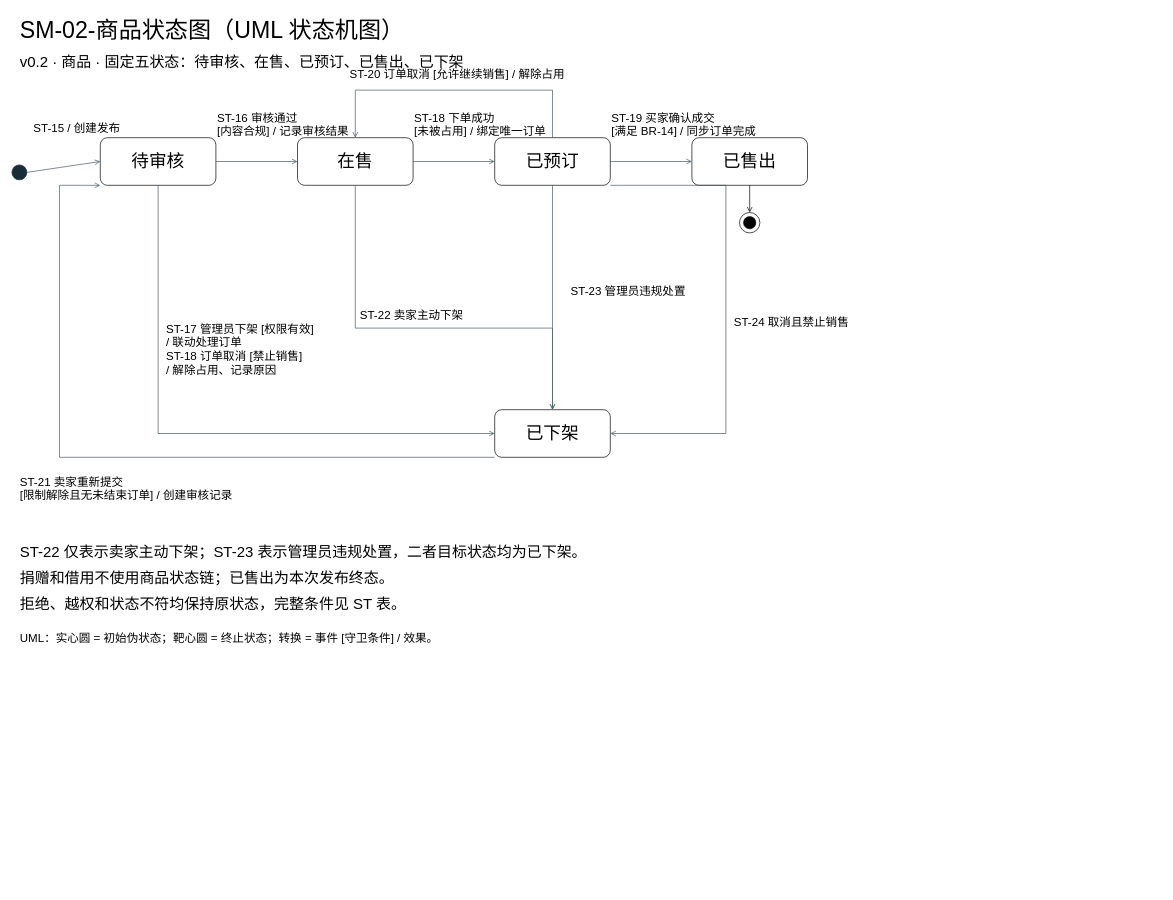
This is 规则与状态/SM-02-商品状态图.drawio from Elusive-phantasm/Software-Engineering, a draw.io file, before an edit. Source tidied: cells renumbered, new cells numbered last; positions are measured from the earlier drawing's top-left corner, leaving out a move shared by most shapes. Both pictures are drawn from the tidied source at 68%, with x=0, y=0 at pixel (12, 12).
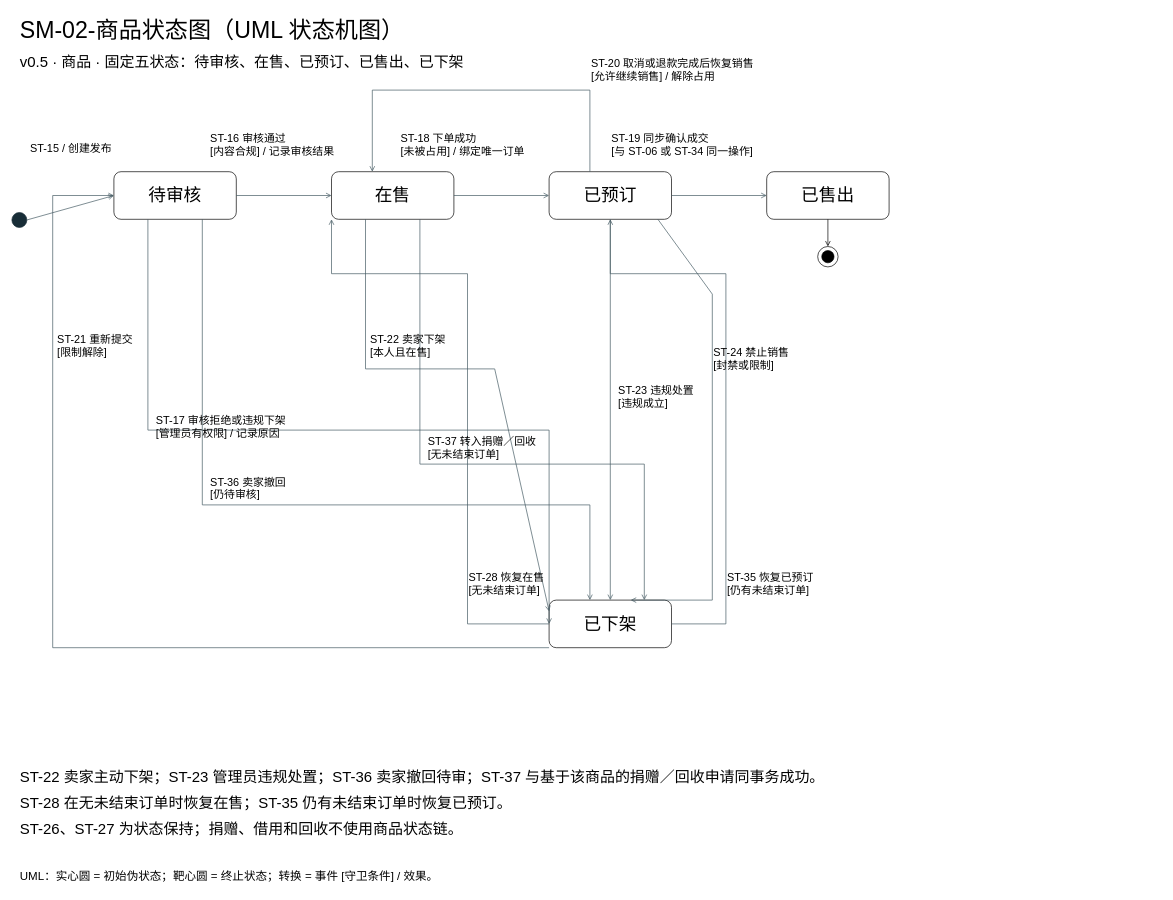
The same page after the edit.

The edit, as a diff of the source:
```diff
@@
     <mxCell id="2" value="SM-02-商品状态图（UML 状态机图）" style="text;html=0;align=left;verticalAlign=top;whiteSpace=wrap;fontSize=34;fontFamily=Microsoft YaHei;" parent="1" vertex="1">
-      <mxGeometry x="10" width="1450" height="50" as="geometry" />
+      <mxGeometry x="10" width="1680" height="50" as="geometry" />
     </mxCell>
-    <mxCell id="3" value="v0.2 · 商品 · 固定五状态：待审核、在售、已预订、已售出、已下架" style="text;html=0;align=left;verticalAlign=top;whiteSpace=wrap;fontSize=22;fontFamily=Microsoft YaHei;" parent="1" vertex="1">
-      <mxGeometry x="10" y="55" width="1450" height="45" as="geometry" />
+    <mxCell id="3" value="v0.5 · 商品 · 固定五状态：待审核、在售、已预订、已售出、已下架" style="text;html=0;align=left;verticalAlign=top;whiteSpace=wrap;fontSize=22;fontFamily=Microsoft YaHei;" parent="1" vertex="1">
+      <mxGeometry x="10" y="55" width="1680" height="45" as="geometry" />
     </mxCell>
     <mxCell id="4" style="ellipse;fillColor=#182d37;strokeColor=#182d37;" parent="1" vertex="1">
-      <mxGeometry y="225" width="22" height="22" as="geometry" />
+      <mxGeometry y="295" width="22" height="22" as="geometry" />
     </mxCell>
     <mxCell id="5" value="待审核" style="rounded=1;arcSize=15;whiteSpace=wrap;html=0;fillColor=#ffffff;strokeColor=#000000;fontSize=26;fontFamily=Microsoft YaHei;" parent="1" vertex="1">
-      <mxGeometry x="130" y="185" width="170" height="70" as="geometry" />
+      <mxGeometry x="150" y="235" width="180" height="70" as="geometry" />
     </mxCell>
     <mxCell id="6" value="在售" style="rounded=1;arcSize=15;whiteSpace=wrap;html=0;fillColor=#ffffff;strokeColor=#000000;fontSize=26;fontFamily=Microsoft YaHei;" parent="1" vertex="1">
-      <mxGeometry x="420" y="185" width="170" height="70" as="geometry" />
+      <mxGeometry x="470" y="235" width="180" height="70" as="geometry" />
     </mxCell>
     <mxCell id="7" value="已预订" style="rounded=1;arcSize=15;whiteSpace=wrap;html=0;fillColor=#ffffff;strokeColor=#000000;fontSize=26;fontFamily=Microsoft YaHei;" parent="1" vertex="1">
-      <mxGeometry x="710" y="185" width="170" height="70" as="geometry" />
+      <mxGeometry x="790" y="235" width="180" height="70" as="geometry" />
     </mxCell>
     <mxCell id="8" value="已售出" style="rounded=1;arcSize=15;whiteSpace=wrap;html=0;fillColor=#ffffff;strokeColor=#000000;fontSize=26;fontFamily=Microsoft YaHei;" parent="1" vertex="1">
-      <mxGeometry x="1000" y="185" width="170" height="70" as="geometry" />
+      <mxGeometry x="1110" y="235" width="180" height="70" as="geometry" />
     </mxCell>
     <mxCell id="9" value="已下架" style="rounded=1;arcSize=15;whiteSpace=wrap;html=0;fillColor=#ffffff;strokeColor=#000000;fontSize=26;fontFamily=Microsoft YaHei;" parent="1" vertex="1">
-      <mxGeometry x="710" y="585" width="170" height="70" as="geometry" />
+      <mxGeometry x="790" y="865" width="180" height="70" as="geometry" />
     </mxCell>
@@
+    <mxCell id="12" style="edgeStyle=none;rounded=0;endArrow=open;endFill=0;exitX=1.0;exitY=0.5;entryX=0.0;entryY=0.5;strokeColor=#435962;" parent="1" edge="1" source="5" target="6">
+      <mxGeometry relative="1" as="geometry" />
+    </mxCell>
+    <mxCell id="14" style="edgeStyle=none;rounded=0;endArrow=open;endFill=0;exitX=1.0;exitY=0.5;entryX=0.0;entryY=0.5;strokeColor=#435962;" parent="1" edge="1" source="6" target="7">
+      <mxGeometry relative="1" as="geometry" />
+    </mxCell>
+    <mxCell id="16" style="edgeStyle=none;rounded=0;endArrow=open;endFill=0;exitX=1.0;exitY=0.5;entryX=0.0;entryY=0.5;strokeColor=#435962;" parent="1" edge="1" source="7" target="8">
+      <mxGeometry relative="1" as="geometry" />
+    </mxCell>
+    <mxCell id="18" style="edgeStyle=none;rounded=0;endArrow=open;endFill=0;exitX=0.3333333333333333;exitY=0.0;entryX=0.3333333333333333;entryY=0.0;strokeColor=#435962;" parent="1" edge="1" source="7" target="6">
+      <mxGeometry relative="1" as="geometry">
+        <Array as="points">
+          <mxPoint x="850" y="115" />
+          <mxPoint x="530" y="115" />
+        </Array>
+      </mxGeometry>
+    </mxCell>
+    <mxCell id="20" style="edgeStyle=none;rounded=0;endArrow=open;endFill=0;exitX=0.2777777777777778;exitY=1.0;entryX=0.0;entryY=0.5;strokeColor=#435962;" parent="1" edge="1" source="5" target="9">
+      <mxGeometry relative="1" as="geometry">
+        <Array as="points">
+          <mxPoint x="200" y="615" />
+          <mxPoint x="790" y="615" />
+        </Array>
+      </mxGeometry>
+    </mxCell>
+    <mxCell id="22" style="edgeStyle=none;rounded=0;endArrow=open;endFill=0;exitX=0.7222222222222222;exitY=1.0;entryX=0.3333333333333333;entryY=0.0;strokeColor=#435962;" parent="1" edge="1" source="5" target="9">
+      <mxGeometry relative="1" as="geometry">
+        <Array as="points">
+          <mxPoint x="280" y="725" />
+          <mxPoint x="850" y="725" />
+        </Array>
+      </mxGeometry>
+    </mxCell>
+    <mxCell id="24" style="edgeStyle=none;rounded=0;endArrow=open;endFill=0;exitX=0.2777777777777778;exitY=1.0;entryX=-0.4444444444444444;entryY=0.0;strokeColor=#435962;" parent="1" edge="1" source="6" target="9">
+      <mxGeometry relative="1" as="geometry">
+        <Array as="points">
+          <mxPoint x="520" y="525" />
+          <mxPoint x="710" y="525" />
+        </Array>
+      </mxGeometry>
+    </mxCell>
+    <mxCell id="26" style="edgeStyle=none;rounded=0;endArrow=open;endFill=0;exitX=0.7222222222222222;exitY=1.0;entryX=0.7777777777777778;entryY=0.0;strokeColor=#435962;" parent="1" edge="1" source="6" target="9">
+      <mxGeometry relative="1" as="geometry">
+        <Array as="points">
+          <mxPoint x="600" y="665" />
+          <mxPoint x="930" y="665" />
+        </Array>
+      </mxGeometry>
+    </mxCell>
+    <mxCell id="28" style="edgeStyle=none;rounded=0;endArrow=open;endFill=0;exitX=0.5;exitY=1.0;entryX=0.5;entryY=0.0;strokeColor=#435962;" parent="1" edge="1" source="7" target="9">
+      <mxGeometry relative="1" as="geometry" />
+    </mxCell>
+    <mxCell id="37" style="edgeStyle=none;rounded=0;endArrow=open;endFill=0;exitX=0.8888888888888888;exitY=1.0;entryX=0.6666666666666666;entryY=0.0;strokeColor=#435962;" parent="1" edge="1" source="7" target="9">
+      <mxGeometry relative="1" as="geometry">
+        <Array as="points">
+          <mxPoint x="1030" y="415" />
+          <mxPoint x="1030" y="865" />
+        </Array>
+      </mxGeometry>
+    </mxCell>
+    <mxCell id="38" style="edgeStyle=none;rounded=0;endArrow=open;endFill=0;exitX=0.0;exitY=0.5;entryX=0.0;entryY=1.0;strokeColor=#435962;" parent="1" edge="1" source="9" target="6">
+      <mxGeometry relative="1" as="geometry">
+        <Array as="points">
+          <mxPoint x="670" y="900" />
+          <mxPoint x="670" y="385" />
+          <mxPoint x="470" y="385" />
+        </Array>
+      </mxGeometry>
+    </mxCell>
+    <mxCell id="39" style="edgeStyle=none;rounded=0;endArrow=open;endFill=0;exitX=0.6666666666666666;exitY=0.5;entryX=0.5;entryY=1.0;strokeColor=#435962;" parent="1" edge="1" source="9" target="7">
+      <mxGeometry relative="1" as="geometry">
+        <Array as="points">
+          <mxPoint x="1050" y="900" />
+          <mxPoint x="1050" y="385" />
+          <mxPoint x="880" y="385" />
+        </Array>
+      </mxGeometry>
+    </mxCell>
+    <mxCell id="40" style="edgeStyle=none;rounded=0;endArrow=open;endFill=0;exitX=0.0;exitY=1.0;entryX=0.0;entryY=0.5;strokeColor=#435962;" parent="1" edge="1" source="9" target="5">
+      <mxGeometry relative="1" as="geometry">
+        <Array as="points">
+          <mxPoint x="60" y="935" />
+          <mxPoint x="60" y="270" />
+        </Array>
+      </mxGeometry>
+    </mxCell>
-    <mxCell id="11" value="ST-15 / 创建发布" style="text;html=0;align=left;verticalAlign=top;whiteSpace=wrap;fontSize=17;fontFamily=Microsoft YaHei;" parent="1" vertex="1">
-      <mxGeometry x="30" y="155" width="460" height="100" as="geometry" />
+    <mxCell id="11" value="ST-15 / 创建发布" style="text;html=0;align=left;verticalAlign=top;whiteSpace=wrap;fontSize=16;fontFamily=Microsoft YaHei;" parent="1" vertex="1">
+      <mxGeometry x="25" y="185" width="460" height="100" as="geometry" />
     </mxCell>
-    <mxCell id="12" style="edgeStyle=none;rounded=0;endArrow=open;endFill=0;exitX=1.0;exitY=0.5;entryX=0.0;entryY=0.5;strokeColor=#435962;" parent="1" edge="1" source="5" target="6">
-      <mxGeometry relative="1" as="geometry" />
-    </mxCell>
-    <mxCell id="13" value="ST-16 审核通过&#10;[内容合规] / 记录审核结果" style="text;html=0;align=left;verticalAlign=top;whiteSpace=wrap;fontSize=17;fontFamily=Microsoft YaHei;" parent="1" vertex="1">
-      <mxGeometry x="300" y="140" width="460" height="100" as="geometry" />
+    <mxCell id="13" value="ST-16 审核通过&#10;[内容合规] / 记录审核结果" style="text;html=0;align=left;verticalAlign=top;whiteSpace=wrap;fontSize=16;fontFamily=Microsoft YaHei;" parent="1" vertex="1">
+      <mxGeometry x="290" y="170" width="460" height="100" as="geometry" />
     </mxCell>
-    <mxCell id="14" style="edgeStyle=none;rounded=0;endArrow=open;endFill=0;exitX=1.0;exitY=0.5;entryX=0.0;entryY=0.5;strokeColor=#435962;" parent="1" edge="1" source="6" target="7">
-      <mxGeometry relative="1" as="geometry" />
-    </mxCell>
-    <mxCell id="15" value="ST-18 下单成功&#10;[未被占用] / 绑定唯一订单" style="text;html=0;align=left;verticalAlign=top;whiteSpace=wrap;fontSize=17;fontFamily=Microsoft YaHei;" parent="1" vertex="1">
-      <mxGeometry x="590" y="140" width="460" height="100" as="geometry" />
+    <mxCell id="15" value="ST-18 下单成功&#10;[未被占用] / 绑定唯一订单" style="text;html=0;align=left;verticalAlign=top;whiteSpace=wrap;fontSize=16;fontFamily=Microsoft YaHei;" parent="1" vertex="1">
+      <mxGeometry x="570" y="170" width="460" height="100" as="geometry" />
     </mxCell>
-    <mxCell id="16" style="edgeStyle=none;rounded=0;endArrow=open;endFill=0;exitX=1.0;exitY=0.5;entryX=0.0;entryY=0.5;strokeColor=#435962;" parent="1" edge="1" source="7" target="8">
-      <mxGeometry relative="1" as="geometry" />
-    </mxCell>
-    <mxCell id="17" value="ST-19 买家确认成交&#10;[满足 BR-14] / 同步订单完成" style="text;html=0;align=left;verticalAlign=top;whiteSpace=wrap;fontSize=17;fontFamily=Microsoft YaHei;" parent="1" vertex="1">
-      <mxGeometry x="880" y="140" width="460" height="100" as="geometry" />
+    <mxCell id="17" value="ST-19 同步确认成交&#10;[与 ST-06 或 ST-34 同一操作]" style="text;html=0;align=left;verticalAlign=top;whiteSpace=wrap;fontSize=16;fontFamily=Microsoft YaHei;" parent="1" vertex="1">
+      <mxGeometry x="880" y="170" width="460" height="100" as="geometry" />
     </mxCell>
-    <mxCell id="18" style="edgeStyle=none;rounded=0;endArrow=open;endFill=0;exitX=0.5;exitY=0.0;entryX=0.5;entryY=0.0;strokeColor=#435962;" parent="1" edge="1" source="7" target="6">
-      <mxGeometry relative="1" as="geometry">
-        <Array as="points">
-          <mxPoint x="795" y="115" />
-          <mxPoint x="505" y="115" />
-        </Array>
-      </mxGeometry>
-    </mxCell>
-    <mxCell id="19" value="ST-20 订单取消 [允许继续销售] / 解除占用" style="text;html=0;align=left;verticalAlign=top;whiteSpace=wrap;fontSize=17;fontFamily=Microsoft YaHei;" parent="1" vertex="1">
-      <mxGeometry x="495" y="75" width="460" height="100" as="geometry" />
+    <mxCell id="19" value="ST-20 取消或退款完成后恢复销售&#10;[允许继续销售] / 解除占用" style="text;html=0;align=left;verticalAlign=top;whiteSpace=wrap;fontSize=16;fontFamily=Microsoft YaHei;" parent="1" vertex="1">
+      <mxGeometry x="850" y="60" width="460" height="100" as="geometry" />
     </mxCell>
-    <mxCell id="20" style="edgeStyle=none;rounded=0;endArrow=open;endFill=0;exitX=0.5;exitY=1.0;entryX=0.0;entryY=0.5;strokeColor=#435962;" parent="1" edge="1" source="5" target="9">
-      <mxGeometry relative="1" as="geometry">
-        <Array as="points">
-          <mxPoint x="215" y="620" />
-        </Array>
-      </mxGeometry>
-    </mxCell>
-    <mxCell id="21" value="ST-17 管理员下架 [权限有效]&#10;/ 联动处理订单&#10;ST-18 订单取消 [禁止销售]&#10;/ 解除占用、记录原因" style="text;html=0;align=left;verticalAlign=top;whiteSpace=wrap;fontSize=17;fontFamily=Microsoft YaHei;" parent="1" vertex="1">
-      <mxGeometry x="225" y="450" width="460" height="100" as="geometry" />
+    <mxCell id="21" value="ST-17 审核拒绝或违规下架&#10;[管理员有权限] / 记录原因" style="text;html=0;align=left;verticalAlign=top;whiteSpace=wrap;fontSize=16;fontFamily=Microsoft YaHei;" parent="1" vertex="1">
+      <mxGeometry x="210" y="585" width="460" height="100" as="geometry" />
     </mxCell>
-    <mxCell id="22" style="edgeStyle=none;rounded=0;endArrow=open;endFill=0;exitX=0.0;exitY=1.0;entryX=0.0;entryY=1.0;strokeColor=#435962;" parent="1" edge="1" source="9" target="5">
-      <mxGeometry relative="1" as="geometry">
-        <Array as="points">
-          <mxPoint x="70" y="655" />
-          <mxPoint x="70" y="255" />
-        </Array>
-      </mxGeometry>
-    </mxCell>
-    <mxCell id="23" value="ST-21 卖家重新提交&#10;[限制解除且无未结束订单] / 创建审核记录" style="text;html=0;align=left;verticalAlign=top;whiteSpace=wrap;fontSize=17;fontFamily=Microsoft YaHei;" parent="1" vertex="1">
-      <mxGeometry x="10" y="675" width="460" height="100" as="geometry" />
+    <mxCell id="23" value="ST-36 卖家撤回&#10;[仍待审核]" style="text;html=0;align=left;verticalAlign=top;whiteSpace=wrap;fontSize=16;fontFamily=Microsoft YaHei;" parent="1" vertex="1">
+      <mxGeometry x="290" y="675" width="460" height="100" as="geometry" />
     </mxCell>
-    <mxCell id="24" style="edgeStyle=none;rounded=0;endArrow=open;endFill=0;exitX=0.5;exitY=1.0;entryX=0.5;entryY=0.0;strokeColor=#435962;" parent="1" edge="1" source="6" target="9">
-      <mxGeometry relative="1" as="geometry">
-        <Array as="points">
-          <mxPoint x="505" y="465" />
-          <mxPoint x="795" y="465" />
-        </Array>
-      </mxGeometry>
-    </mxCell>
-    <mxCell id="25" value="ST-22 卖家主动下架" style="text;html=0;align=left;verticalAlign=top;whiteSpace=wrap;fontSize=17;fontFamily=Microsoft YaHei;" parent="1" vertex="1">
-      <mxGeometry x="510" y="430" width="460" height="100" as="geometry" />
+    <mxCell id="25" value="ST-22 卖家下架&#10;[本人且在售]" style="text;html=0;align=left;verticalAlign=top;whiteSpace=wrap;fontSize=16;fontFamily=Microsoft YaHei;" parent="1" vertex="1">
+      <mxGeometry x="525" y="465" width="460" height="100" as="geometry" />
     </mxCell>
-    <mxCell id="26" style="edgeStyle=none;rounded=0;endArrow=open;endFill=0;exitX=0.5;exitY=1.0;entryX=0.5;entryY=0.0;strokeColor=#435962;" parent="1" edge="1" source="7" target="9">
-      <mxGeometry relative="1" as="geometry" />
-    </mxCell>
-    <mxCell id="27" value="ST-23 管理员违规处置" style="text;html=0;align=left;verticalAlign=top;whiteSpace=wrap;fontSize=17;fontFamily=Microsoft YaHei;" parent="1" vertex="1">
-      <mxGeometry x="820" y="395" width="460" height="100" as="geometry" />
+    <mxCell id="27" value="ST-37 转入捐赠／回收&#10;[无未结束订单]" style="text;html=0;align=left;verticalAlign=top;whiteSpace=wrap;fontSize=16;fontFamily=Microsoft YaHei;" parent="1" vertex="1">
+      <mxGeometry x="610" y="615" width="460" height="100" as="geometry" />
     </mxCell>
-    <mxCell id="28" style="edgeStyle=none;rounded=0;endArrow=open;endFill=0;exitX=1.0;exitY=1.0;entryX=1.0;entryY=0.5;strokeColor=#435962;" parent="1" edge="1" source="7" target="9">
-      <mxGeometry relative="1" as="geometry">
-        <Array as="points">
-          <mxPoint x="1050" y="255" />
-          <mxPoint x="1050" y="620" />
-        </Array>
-      </mxGeometry>
-    </mxCell>
-    <mxCell id="29" value="ST-24 取消且禁止销售" style="text;html=0;align=left;verticalAlign=top;whiteSpace=wrap;fontSize=17;fontFamily=Microsoft YaHei;" parent="1" vertex="1">
-      <mxGeometry x="1060" y="440" width="460" height="100" as="geometry" />
+    <mxCell id="29" value="ST-23 违规处置&#10;[违规成立]" style="text;html=0;align=left;verticalAlign=top;whiteSpace=wrap;fontSize=16;fontFamily=Microsoft YaHei;" parent="1" vertex="1">
+      <mxGeometry x="890" y="540" width="460" height="100" as="geometry" />
     </mxCell>
+    <mxCell id="41" value="ST-24 禁止销售&#10;[封禁或限制]" style="text;html=0;align=left;verticalAlign=top;whiteSpace=wrap;fontSize=16;fontFamily=Microsoft YaHei;" parent="1" vertex="1">
+      <mxGeometry x="1030" y="485" width="460" height="100" as="geometry" />
+    </mxCell>
+    <mxCell id="42" value="ST-28 恢复在售&#10;[无未结束订单]" style="text;html=0;align=left;verticalAlign=top;whiteSpace=wrap;fontSize=16;fontFamily=Microsoft YaHei;" parent="1" vertex="1">
+      <mxGeometry x="670" y="815" width="460" height="100" as="geometry" />
+    </mxCell>
+    <mxCell id="43" value="ST-35 恢复已预订&#10;[仍有未结束订单]" style="text;html=0;align=left;verticalAlign=top;whiteSpace=wrap;fontSize=16;fontFamily=Microsoft YaHei;" parent="1" vertex="1">
+      <mxGeometry x="1050" y="815" width="460" height="100" as="geometry" />
+    </mxCell>
+    <mxCell id="44" value="ST-21 重新提交&#10;[限制解除]" style="text;html=0;align=left;verticalAlign=top;whiteSpace=wrap;fontSize=16;fontFamily=Microsoft YaHei;" parent="1" vertex="1">
+      <mxGeometry x="65" y="465" width="460" height="100" as="geometry" />
+    </mxCell>
-    <mxCell id="30" value="ST-22 仅表示卖家主动下架；ST-23 表示管理员违规处置，二者目标状态均为已下架。" style="text;html=0;align=left;verticalAlign=top;whiteSpace=wrap;fontSize=22;fontFamily=Microsoft YaHei;" parent="1" vertex="1">
-      <mxGeometry x="10" y="775" width="1480" height="36" as="geometry" />
+    <mxCell id="30" value="ST-22 卖家主动下架；ST-23 管理员违规处置；ST-36 卖家撤回待审；ST-37 与基于该商品的捐赠／回收申请同事务成功。" style="text;html=0;align=left;verticalAlign=top;whiteSpace=wrap;fontSize=22;fontFamily=Microsoft YaHei;" parent="1" vertex="1">
+      <mxGeometry x="10" y="1106" width="1680" height="36" as="geometry" />
     </mxCell>
-    <mxCell id="31" value="捐赠和借用不使用商品状态链；已售出为本次发布终态。" style="text;html=0;align=left;verticalAlign=top;whiteSpace=wrap;fontSize=22;fontFamily=Microsoft YaHei;" parent="1" vertex="1">
-      <mxGeometry x="10" y="813" width="1480" height="36" as="geometry" />
+    <mxCell id="31" value="ST-28 在无未结束订单时恢复在售；ST-35 仍有未结束订单时恢复已预订。" style="text;html=0;align=left;verticalAlign=top;whiteSpace=wrap;fontSize=22;fontFamily=Microsoft YaHei;" parent="1" vertex="1">
+      <mxGeometry x="10" y="1144" width="1680" height="36" as="geometry" />
     </mxCell>
-    <mxCell id="32" value="拒绝、越权和状态不符均保持原状态，完整条件见 ST 表。" style="text;html=0;align=left;verticalAlign=top;whiteSpace=wrap;fontSize=22;fontFamily=Microsoft YaHei;" parent="1" vertex="1">
-      <mxGeometry x="10" y="851" width="1480" height="36" as="geometry" />
+    <mxCell id="32" value="ST-26、ST-27 为状态保持；捐赠、借用和回收不使用商品状态链。" style="text;html=0;align=left;verticalAlign=top;whiteSpace=wrap;fontSize=22;fontFamily=Microsoft YaHei;" parent="1" vertex="1">
+      <mxGeometry x="10" y="1182" width="1680" height="36" as="geometry" />
     </mxCell>
     <mxCell id="33" style="ellipse;fillColor=#ffffff;strokeColor=#000000;" parent="1" vertex="1">
-      <mxGeometry x="1070" y="295" width="30" height="30" as="geometry" />
+      <mxGeometry x="1185" y="345" width="30" height="30" as="geometry" />
     </mxCell>
@@
     <mxCell id="36" value="UML：实心圆 = 初始伪状态；靶心圆 = 终止状态；转换 = 事件 [守卫条件] / 效果。" style="text;html=0;align=left;verticalAlign=top;whiteSpace=wrap;fontSize=17;fontFamily=Microsoft YaHei;" parent="1" vertex="1">
-      <mxGeometry x="10" y="905" width="1480" height="35" as="geometry" />
+      <mxGeometry x="10" y="1255" width="1480" height="35" as="geometry" />
     </mxCell>
```
